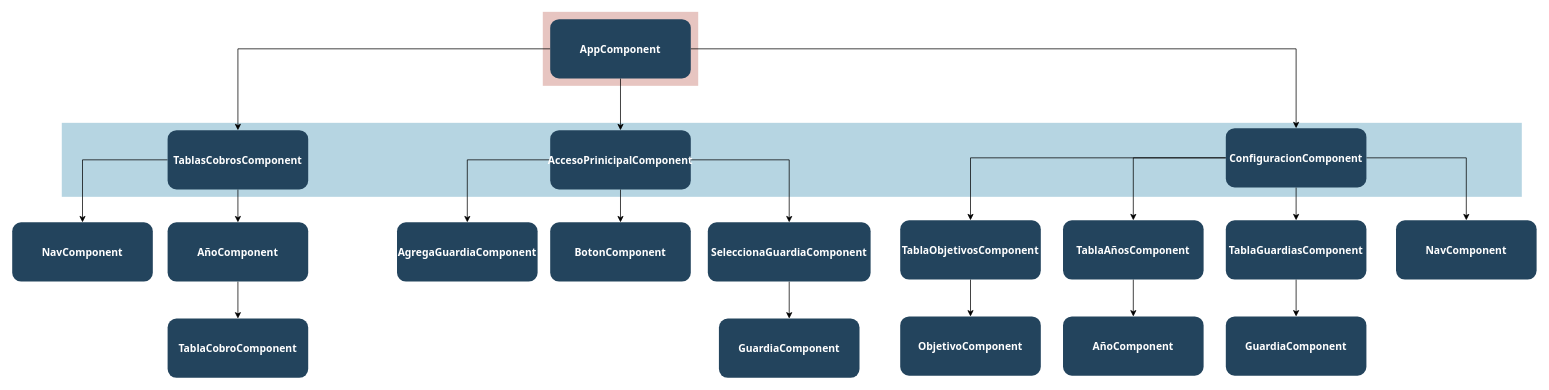
This is Diagrama de componentes Angular.drawio from diegorus92/CalculadoraSueldoGuardias, a draw.io file, before an edit. Source tidied: cells renumbered, new cells numbered last; positions are measured from the earlier drawing's top-left corner, leaving out a move shared by most shapes. Both pictures are drawn from the tidied source at 74%, with x=0, y=0 at pixel (12, 12).
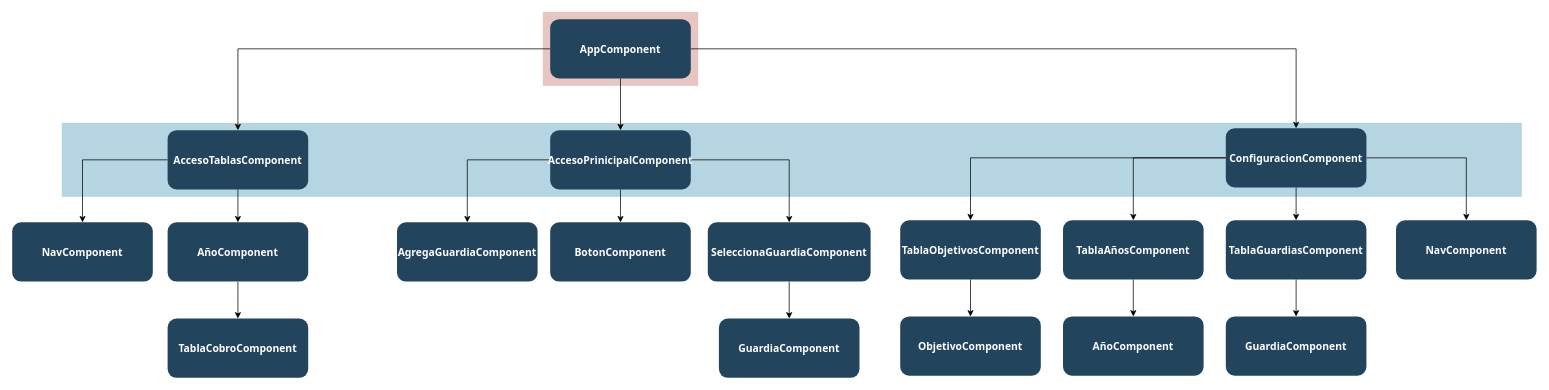
Above is the later version.

Diff of the diagram source:
```diff
@@
-    <mxCell id="19" value="TablasCobrosComponent" style="rounded=1;fillColor=#23445D;gradientColor=none;strokeColor=none;fontColor=#FFFFFF;fontStyle=1;fontFamily=Tahoma;fontSize=14;" parent="1" vertex="1">
+    <mxCell id="19" value="AccesoTablasComponent" style="rounded=1;fillColor=#23445D;gradientColor=none;strokeColor=none;fontColor=#FFFFFF;fontStyle=1;fontFamily=Tahoma;fontSize=14;" parent="1" vertex="1">
       <mxGeometry x="210" y="159.5" width="190" height="80" as="geometry" />
     </mxCell>
```
